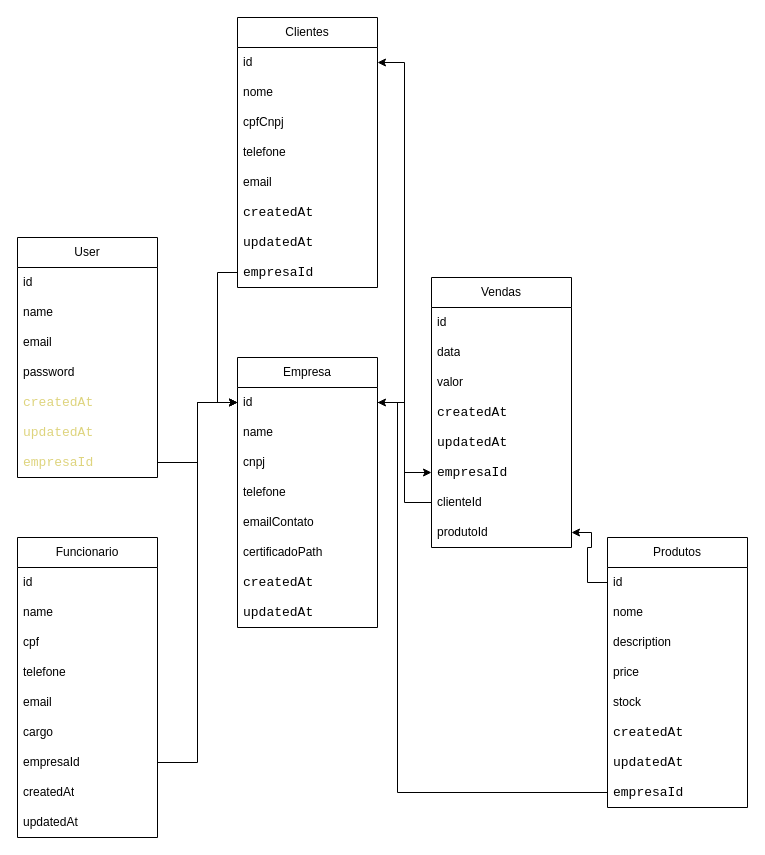
GhosT-Exe1/alza-diagram keeps this draw.io diagram as Diagrama sem nome.drawio. Above is the earlier version. Source tidied: cells renumbered, new cells numbered last; positions are measured from the earlier drawing's top-left corner, leaving out a move shared by most shapes. Both pictures are drawn from the tidied source at 100%, with x=0, y=0 at pixel (17, 17).
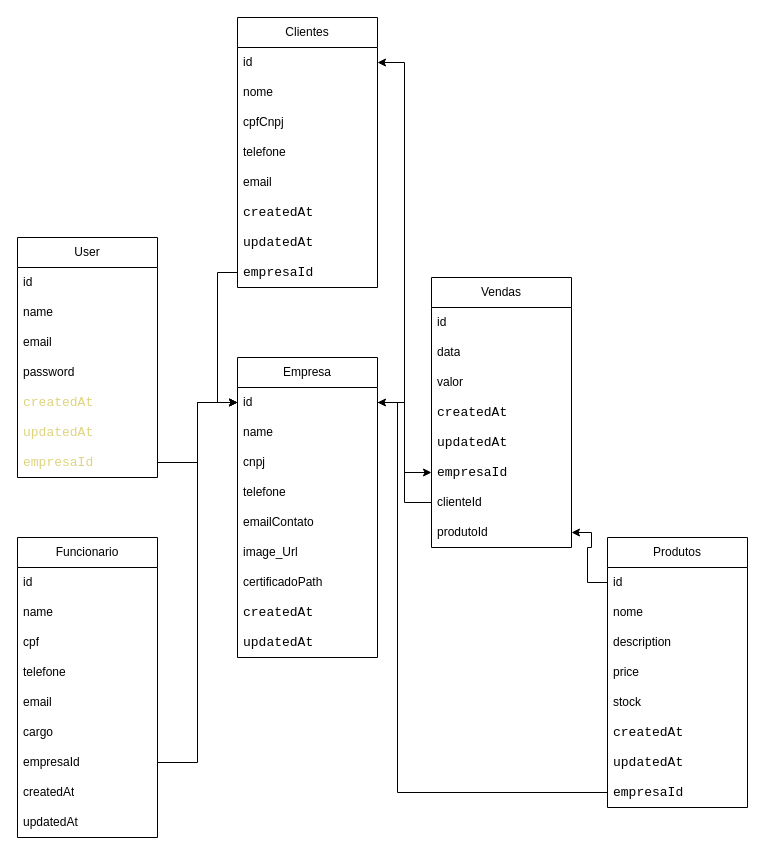
Above is the later version.

What changed in the source:
```diff
@@
     <mxCell id="10" value="Empresa" style="swimlane;fontStyle=0;horizontal=1;startSize=30;whiteSpace=wrap;html=1;" parent="1" vertex="1">
-      <mxGeometry x="220" y="340" width="140" height="270" as="geometry" />
+      <mxGeometry x="220" y="340" width="140" height="300" as="geometry" />
     </mxCell>
@@
+    <mxCell id="63" value="image_Url" style="text;strokeColor=none;fillColor=none;align=left;verticalAlign=middle;spacingLeft=4;spacingRight=4;overflow=hidden;whiteSpace=wrap;html=1;" parent="10" vertex="1">
+      <mxGeometry y="180" width="140" height="30" as="geometry" />
+    </mxCell>
     <mxCell id="16" value="certificadoPath" style="text;strokeColor=none;fillColor=none;align=left;verticalAlign=middle;spacingLeft=4;spacingRight=4;overflow=hidden;whiteSpace=wrap;html=1;" parent="10" vertex="1">
-      <mxGeometry y="180" width="140" height="30" as="geometry" />
+      <mxGeometry y="210" width="140" height="30" as="geometry" />
     </mxCell>
     <mxCell id="17" value="&lt;span style=&quot;font-family: Poppins, &amp;quot;JetBrains Mono&amp;quot;, Consolas, &amp;quot;Courier New&amp;quot;, monospace; font-size: 13px; white-space: pre;&quot;&gt;createdAt&lt;/span&gt;" style="text;strokeColor=none;fillColor=none;align=left;verticalAlign=middle;spacingLeft=4;spacingRight=4;overflow=hidden;whiteSpace=wrap;html=1;" parent="10" vertex="1">
-      <mxGeometry y="210" width="140" height="30" as="geometry" />
+      <mxGeometry y="240" width="140" height="30" as="geometry" />
     </mxCell>
     <mxCell id="18" value="&lt;span style=&quot;font-family: Poppins, &amp;quot;JetBrains Mono&amp;quot;, Consolas, &amp;quot;Courier New&amp;quot;, monospace; font-size: 13px; white-space: pre;&quot;&gt;updatedAt&lt;/span&gt;" style="text;strokeColor=none;fillColor=none;align=left;verticalAlign=middle;spacingLeft=4;spacingRight=4;overflow=hidden;whiteSpace=wrap;html=1;" parent="10" vertex="1">
-      <mxGeometry y="240" width="140" height="30" as="geometry" />
+      <mxGeometry y="270" width="140" height="30" as="geometry" />
     </mxCell>
```
